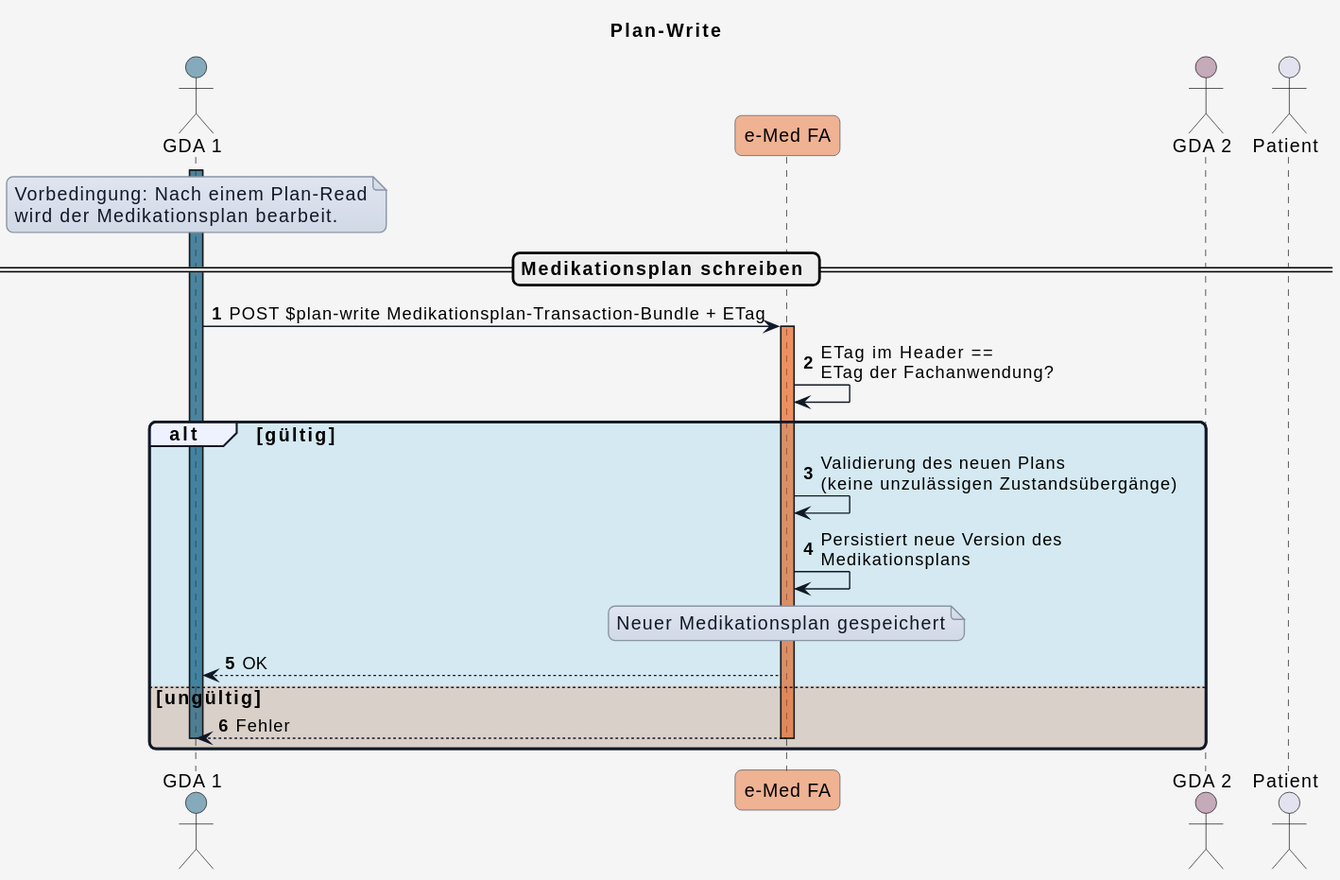
This is r4-ELGA-e-Medikation-main/plantuml/interaction_planwrite.svg from HL7Austria/hl7austria.github.io, a PlantUML export, as it was before one commit.
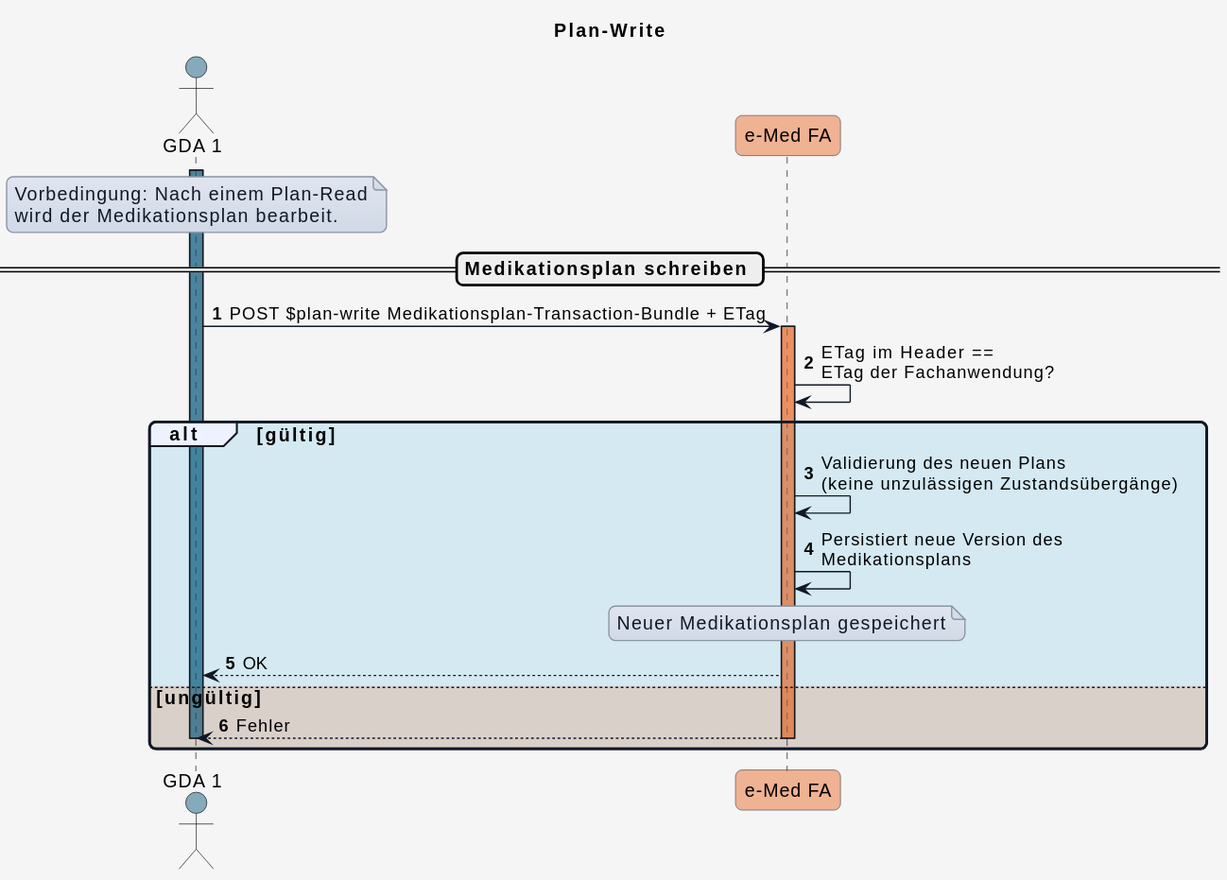
Above is the later version.

The edit, as a diff of the source:
```diff
@@ -51,8 +51,7 @@
 
 actor GDA_1 as "GDA 1" COLOR_GDA_1
 participant eMed_FA as "e-Med FA" COLOR_EMED_FA
-actor GDA_2 as "GDA 2" COLOR_GDA_2
-actor Patient as "Patient"
+
 
 autonumber
 
```
